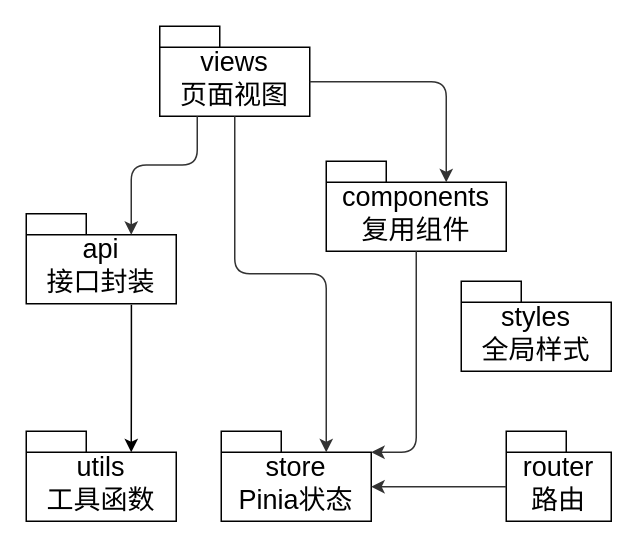
Earlier version of the draw.io diagram docs/draw/02-frontend-package.drawio (this1is1i/ACSR). Source tidied: cells renumbered, new cells numbered last; positions are measured from the earlier drawing's top-left corner, leaving out a move shared by most shapes. Both pictures are drawn from the tidied source at 150%, with x=0, y=0 at pixel (26, 26).
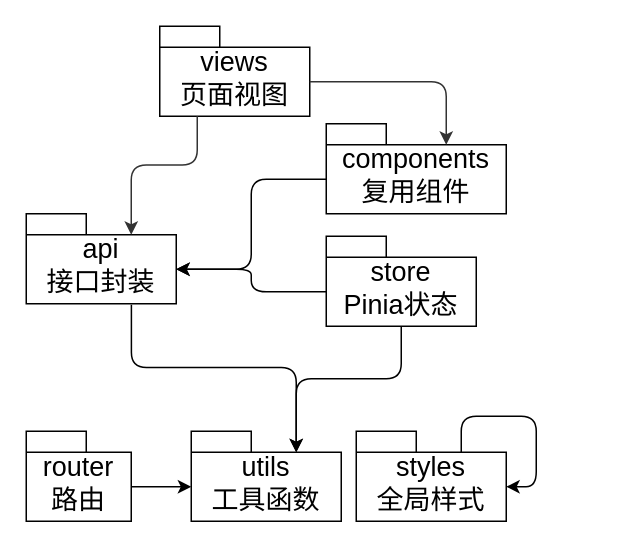
The same page after the edit.

Commit message (it also covers changes not shown here):
fix: Mermaid parse error — 'graph' is a reserved keyword, rename node to 'neo4j'

Unchanged cells that the change refers to:
```xml
<mxCell id="2" value="views&lt;div&gt;页面视图&lt;/div&gt;" style="shape=folder;fontStyle=0;spacingTop=10;tabWidth=40;tabHeight=14;tabPosition=left;html=1;whiteSpace=wrap;fontSize=18;" parent="1" vertex="1">
  <mxGeometry x="89" width="100" height="60" as="geometry" />
</mxCell>
<mxCell id="6" value="api&lt;div&gt;接口封装&lt;/div&gt;" style="shape=folder;fontStyle=0;spacingTop=10;tabWidth=40;tabHeight=14;tabPosition=left;html=1;whiteSpace=wrap;fontSize=18;" parent="1" vertex="1">
  <mxGeometry y="125" width="100" height="60" as="geometry" />
</mxCell>
```

Change to the diagram source:
```diff
@@
     <mxCell id="3" value="components&lt;div&gt;复用组件&lt;/div&gt;" style="shape=folder;fontStyle=0;spacingTop=10;tabWidth=40;tabHeight=14;tabPosition=left;html=1;whiteSpace=wrap;fontSize=18;" parent="1" vertex="1">
-      <mxGeometry x="200" y="90" width="120" height="60" as="geometry" />
+      <mxGeometry x="200" y="65" width="120" height="60" as="geometry" />
     </mxCell>
     <mxCell id="4" value="router&lt;div&gt;路由&lt;/div&gt;" style="shape=folder;fontStyle=0;spacingTop=10;tabWidth=40;tabHeight=14;tabPosition=left;html=1;whiteSpace=wrap;fontSize=18;" parent="1" vertex="1">
-      <mxGeometry x="320" y="270" width="70" height="60" as="geometry" />
+      <mxGeometry y="270" width="70" height="60" as="geometry" />
     </mxCell>
     <mxCell id="5" value="store&lt;div&gt;Pinia状态&lt;/div&gt;" style="shape=folder;fontStyle=0;spacingTop=10;tabWidth=40;tabHeight=14;tabPosition=left;html=1;whiteSpace=wrap;fontSize=18;" parent="1" vertex="1">
-      <mxGeometry x="130" y="270" width="100" height="60" as="geometry" />
+      <mxGeometry x="200" y="140" width="100" height="60" as="geometry" />
     </mxCell>
@@
     <mxCell id="7" value="utils&lt;div&gt;工具函数&lt;/div&gt;" style="shape=folder;fontStyle=0;spacingTop=10;tabWidth=40;tabHeight=14;tabPosition=left;html=1;whiteSpace=wrap;fontSize=18;" parent="1" vertex="1">
-      <mxGeometry y="270" width="100" height="60" as="geometry" />
+      <mxGeometry x="110" y="270" width="100" height="60" as="geometry" />
     </mxCell>
     <mxCell id="8" value="styles&lt;div&gt;全局样式&lt;/div&gt;" style="shape=folder;fontStyle=0;spacingTop=10;tabWidth=40;tabHeight=14;tabPosition=left;html=1;whiteSpace=wrap;fontSize=18;" parent="1" vertex="1">
-      <mxGeometry x="290" y="170" width="100" height="60" as="geometry" />
+      <mxGeometry x="220" y="270" width="100" height="60" as="geometry" />
     </mxCell>
@@
-    <mxCell id="11" style="edgeStyle=orthogonalEdgeStyle;rounded=1;jettySize=auto;html=1;strokeColor=#333333;fontSize=18;exitX=0.5;exitY=1;exitDx=0;exitDy=0;exitPerimeter=0;entryX=0;entryY=0;entryDx=70;entryDy=14;entryPerimeter=0;fontStyle=0;" parent="1" edge="1" source="2" target="5">
-      <mxGeometry relative="1" as="geometry" />
-    </mxCell>
-    <mxCell id="12" style="edgeStyle=orthogonalEdgeStyle;rounded=1;jettySize=auto;html=1;strokeColor=#333333;fontSize=18;exitX=0.5;exitY=1;exitDx=0;exitDy=0;exitPerimeter=0;entryX=0;entryY=0;entryDx=100;entryDy=14;entryPerimeter=0;fontStyle=0;" parent="1" edge="1" source="3" target="5">
-      <mxGeometry relative="1" as="geometry" />
-    </mxCell>
-    <mxCell id="13" style="rounded=1;jettySize=auto;html=1;strokeColor=#333333;fontSize=18;entryX=0;entryY=0;entryDx=100;entryDy=37;entryPerimeter=0;exitX=0;exitY=0;exitDx=0;exitDy=37;exitPerimeter=0;fontStyle=0;edgeStyle=orthogonalEdgeStyle;" parent="1" edge="1" source="4" target="5">
-      <mxGeometry relative="1" as="geometry" />
-    </mxCell>
-    <mxCell id="14" style="edgeStyle=orthogonalEdgeStyle;rounded=0;jettySize=auto;html=1;exitX=0.701;exitY=1.012;exitDx=0;exitDy=0;exitPerimeter=0;entryX=0;entryY=0;entryDx=70;entryDy=14;entryPerimeter=0;" parent="1" edge="1" source="6" target="7">
+    <mxCell id="14" style="edgeStyle=orthogonalEdgeStyle;rounded=1;jettySize=auto;html=1;exitX=0.701;exitY=1.012;exitDx=0;exitDy=0;exitPerimeter=0;entryX=0;entryY=0;entryDx=70;entryDy=14;entryPerimeter=0;curved=0;" parent="1" edge="1" source="6" target="7">
       <mxGeometry relative="1" as="geometry" />
     </mxCell>
+    <mxCell id="15" style="edgeStyle=orthogonalEdgeStyle;rounded=1;orthogonalLoop=1;jettySize=auto;html=1;exitX=0;exitY=0;exitDx=70;exitDy=14;exitPerimeter=0;curved=0;entryX=0;entryY=0;entryDx=100;entryDy=37;entryPerimeter=0;" parent="1" edge="1" source="8" target="8">
+      <mxGeometry relative="1" as="geometry">
+        <Array as="points">
+          <mxPoint x="290" y="260" />
+          <mxPoint x="340" y="260" />
+          <mxPoint x="340" y="307" />
+        </Array>
+      </mxGeometry>
+    </mxCell>
+    <mxCell id="16" style="edgeStyle=orthogonalEdgeStyle;rounded=1;jettySize=auto;html=1;exitX=0;exitY=0;exitDx=0;exitDy=37;exitPerimeter=0;entryX=0;entryY=0;entryDx=100;entryDy=37;entryPerimeter=0;curved=0;" parent="1" edge="1" source="5" target="6">
+      <mxGeometry relative="1" as="geometry" />
+    </mxCell>
+    <mxCell id="17" style="edgeStyle=orthogonalEdgeStyle;shape=connector;curved=0;rounded=1;jettySize=auto;html=1;exitX=0;exitY=0;exitDx=70;exitDy=37;exitPerimeter=0;entryX=0;entryY=0;entryDx=0;entryDy=37;entryPerimeter=0;strokeColor=default;align=center;verticalAlign=middle;fontFamily=Helvetica;fontSize=11;fontColor=default;labelBackgroundColor=default;endArrow=classic;" parent="1" edge="1" source="4" target="7">
+      <mxGeometry relative="1" as="geometry" />
+    </mxCell>
+    <mxCell id="18" style="edgeStyle=orthogonalEdgeStyle;shape=connector;curved=0;rounded=1;jettySize=auto;html=1;exitX=0;exitY=0;exitDx=0;exitDy=37;exitPerimeter=0;entryX=0;entryY=0;entryDx=100;entryDy=37;entryPerimeter=0;strokeColor=default;align=center;verticalAlign=middle;fontFamily=Helvetica;fontSize=11;fontColor=default;labelBackgroundColor=default;endArrow=classic;" parent="1" edge="1" source="3" target="6">
+      <mxGeometry relative="1" as="geometry" />
+    </mxCell>
+    <mxCell id="19" style="edgeStyle=orthogonalEdgeStyle;shape=connector;curved=0;rounded=1;jettySize=auto;html=1;exitX=0.5;exitY=1;exitDx=0;exitDy=0;exitPerimeter=0;entryX=0;entryY=0;entryDx=70;entryDy=14;entryPerimeter=0;strokeColor=default;align=center;verticalAlign=middle;fontFamily=Helvetica;fontSize=11;fontColor=default;labelBackgroundColor=default;endArrow=classic;" parent="1" edge="1" source="5" target="7">
+      <mxGeometry relative="1" as="geometry" />
+    </mxCell>
```
